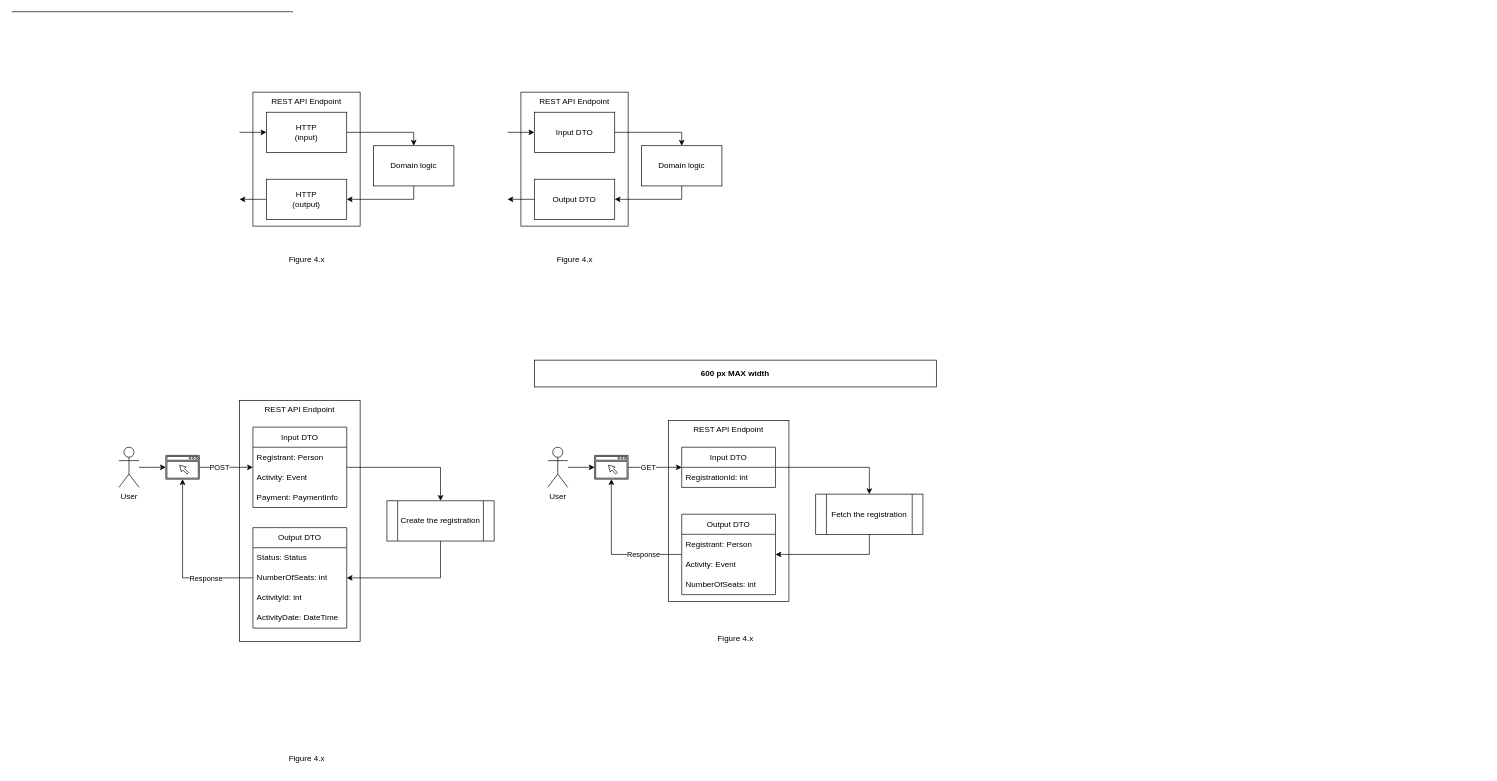
PacktPublishing/Architecting-ASP.NET-Core-Applications-3E keeps this draw.io diagram as page "DTO" (6 of 6) of Diagrams/MVC, View Model, Web API, and DTO.drawio. Above is the earlier version. Source tidied: cells renumbered, new cells numbered last; positions are measured from the earlier drawing's top-left corner, leaving out a move shared by most shapes. Both pictures are drawn from the tidied source at 67%, with x=0, y=0 at pixel (11, 11).
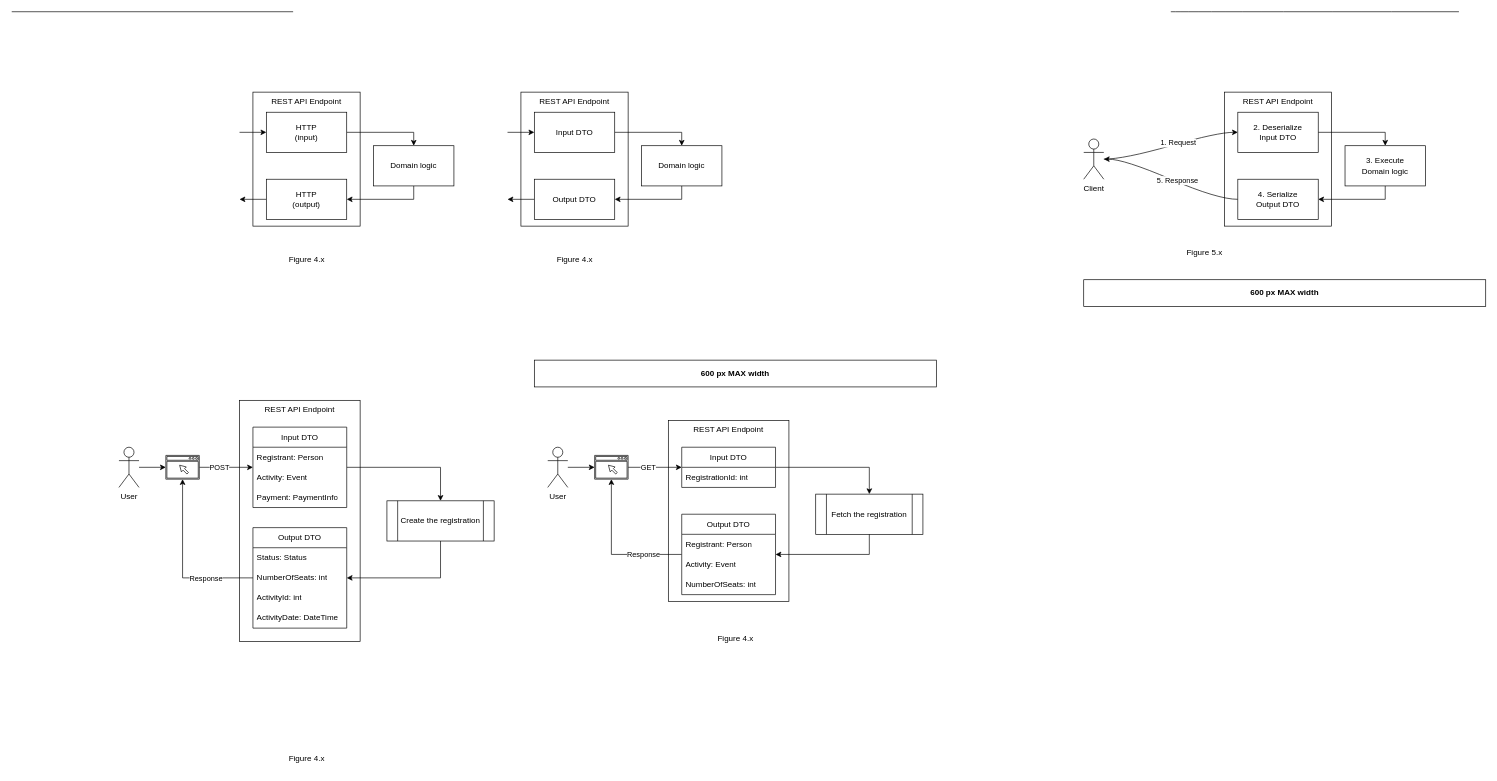
The same page after the edit.

Commit message (it also covers changes not shown here):
Add Minimal API+DTO diagram

Change to the diagram source:
```diff
@@
+    <mxCell id="61" value="REST API Endpoint" style="rounded=0;whiteSpace=wrap;html=1;horizontal=1;align=center;verticalAlign=top;" parent="1" vertex="1">
+      <mxGeometry x="1810" y="120" width="160" height="200" as="geometry" />
+    </mxCell>
+    <mxCell id="62" style="edgeStyle=orthogonalEdgeStyle;rounded=0;jettySize=auto;html=1;entryX=0.5;entryY=0;entryDx=0;entryDy=0;" parent="1" edge="1" source="63" target="68">
+      <mxGeometry relative="1" as="geometry" />
+    </mxCell>
+    <mxCell id="63" value="2. Deserialize&lt;br&gt;Input DTO" style="rounded=0;whiteSpace=wrap;html=1;" parent="1" vertex="1">
+      <mxGeometry x="1830" y="150" width="120" height="60" as="geometry" />
+    </mxCell>
+    <mxCell id="64" style="edgeStyle=entityRelationEdgeStyle;jettySize=auto;html=1;startArrow=none;startFill=0;endArrow=classic;endFill=1;curved=1;" parent="1" edge="1" source="66" target="73">
+      <mxGeometry relative="1" as="geometry" />
+    </mxCell>
+    <mxCell id="65" value="5. Response" style="edgeLabel;html=1;align=center;verticalAlign=middle;" parent="64" vertex="1">
+      <mxGeometry x="0.16" y="-1" relative="1" as="geometry">
+        <mxPoint x="25" y="9" as="offset" />
+      </mxGeometry>
+    </mxCell>
+    <mxCell id="66" value="4. Serialize&lt;br&gt;Output DTO" style="rounded=0;whiteSpace=wrap;html=1;" parent="1" vertex="1">
+      <mxGeometry x="1830" y="250" width="120" height="60" as="geometry" />
+    </mxCell>
+    <mxCell id="67" style="edgeStyle=orthogonalEdgeStyle;rounded=0;jettySize=auto;html=1;exitX=0.5;exitY=1;exitDx=0;exitDy=0;entryX=1;entryY=0.5;entryDx=0;entryDy=0;" parent="1" edge="1" source="68" target="66">
+      <mxGeometry relative="1" as="geometry" />
+    </mxCell>
+    <mxCell id="68" value="3. Execute &lt;br&gt;Domain logic" style="rounded=0;whiteSpace=wrap;html=1;" parent="1" vertex="1">
+      <mxGeometry x="1990" y="200" width="120" height="60" as="geometry" />
+    </mxCell>
+    <mxCell id="69" value="Figure 5.x" style="text;html=1;align=center;verticalAlign=middle;fontSize=12;fontColor=default;" parent="1" vertex="1">
+      <mxGeometry x="1740" y="345" width="80" height="30" as="geometry" />
+    </mxCell>
+    <mxCell id="70" value="600 px MAX width" style="rounded=0;whiteSpace=wrap;html=1;sketch=0;fontSize=12;align=center;fontStyle=1;" parent="1" vertex="1">
+      <mxGeometry x="1600" y="400" width="600" height="40" as="geometry" />
+    </mxCell>
+    <mxCell id="71" style="edgeStyle=entityRelationEdgeStyle;html=1;entryX=0;entryY=0.5;entryDx=0;entryDy=0;curved=1;" parent="1" edge="1" source="73" target="63">
+      <mxGeometry relative="1" as="geometry" />
+    </mxCell>
+    <mxCell id="72" value="1. Request" style="edgeLabel;html=1;align=center;verticalAlign=middle;" parent="71" vertex="1">
+      <mxGeometry x="0.43" y="1" relative="1" as="geometry">
+        <mxPoint x="-32" y="9" as="offset" />
+      </mxGeometry>
+    </mxCell>
+    <mxCell id="73" value="Client" style="shape=umlActor;verticalLabelPosition=bottom;verticalAlign=top;html=1;outlineConnect=0;" parent="1" vertex="1">
+      <mxGeometry x="1600" y="190" width="30" height="60" as="geometry" />
+    </mxCell>
+    <mxCell id="74" style="endArrow=none;html=1;curved=1;" parent="1" edge="1">
+      <mxGeometry relative="1" as="geometry">
+        <mxPoint x="1730" as="sourcePoint" />
+        <mxPoint x="2160" as="targetPoint" />
+      </mxGeometry>
+    </mxCell>
```
